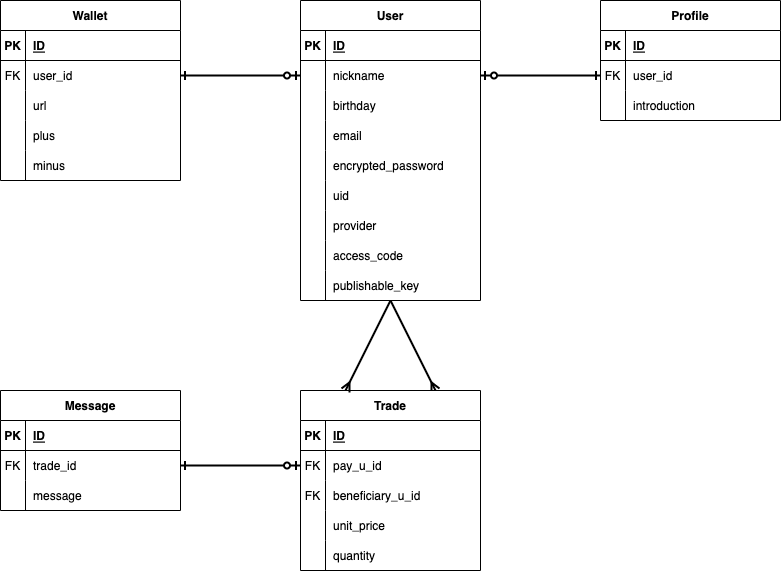
Before: .drawio.png, a diagram exported from draw.io (KayKawa/moji-wallet). Source tidied: cells renumbered, new cells last; positions are measured from the earlier drawing's top-left corner, leaving out a move shared by most shapes.
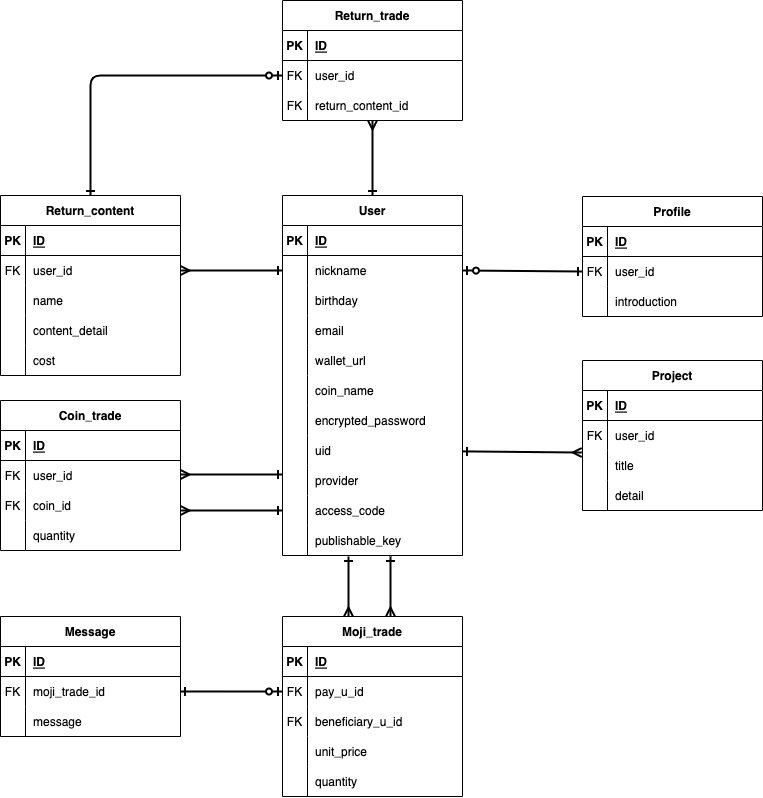
The same diagram one commit later.

Commit message:
DB設計の変更

Change to the diagram source:
```diff
@@ -7,9 +7,15 @@
     </mxCell>
-    <mxCell id="3" style="edgeStyle=none;html=1;entryX=0.75;entryY=0;entryDx=0;entryDy=0;startArrow=none;startFill=0;endArrow=ERmany;endFill=0;strokeWidth=2;" parent="1" edge="1" target="58">
-      <mxGeometry relative="1" as="geometry">
-        <mxPoint x="390" y="300" as="sourcePoint" />
-      </mxGeometry>
-    </mxCell>
+    <mxCell id="87" style="edgeStyle=none;html=1;entryX=0.5;entryY=0;entryDx=0;entryDy=0;endArrow=ERmany;endFill=0;startArrow=ERone;startFill=0;strokeWidth=2;" parent="1" edge="1">
+      <mxGeometry relative="1" as="geometry">
+        <mxPoint x="208" y="636" as="sourcePoint" />
+        <mxPoint x="208" y="696" as="targetPoint" />
+      </mxGeometry>
+    </mxCell>
+    <mxCell id="88" style="edgeStyle=none;html=1;startArrow=ERone;startFill=0;endArrow=ERmany;endFill=0;strokeWidth=2;" parent="1" edge="1" source="4">
+      <mxGeometry relative="1" as="geometry">
+        <mxPoint x="232" y="200" as="targetPoint" />
+      </mxGeometry>
+    </mxCell>
     <mxCell id="4" value="User" style="shape=table;startSize=30;rowLines=0;fontStyle=1;align=center;" parent="1" vertex="1">
-      <mxGeometry x="300" width="180" height="300" as="geometry" />
+      <mxGeometry x="142" y="275" width="180" height="360" as="geometry" />
     </mxCell>
@@ -51,4 +57,22 @@
     </mxCell>
+    <mxCell id="89" style="shape=partialRectangle;fillColor=none;top=0;left=0;bottom=0;right=0;" parent="4" vertex="1">
+      <mxGeometry y="150" width="180" height="30" as="geometry" />
+    </mxCell>
+    <mxCell id="90" style="shape=partialRectangle;fillColor=none;top=0;left=0;bottom=0;right=0;overflow=hidden;" parent="89" vertex="1">
+      <mxGeometry width="25" height="30" as="geometry" />
+    </mxCell>
+    <mxCell id="91" value="wallet_url" style="shape=partialRectangle;fillColor=none;top=0;left=0;bottom=0;right=0;align=left;spacingLeft=6;overflow=hidden;" parent="89" vertex="1">
+      <mxGeometry x="25" width="155" height="30" as="geometry" />
+    </mxCell>
+    <mxCell id="92" style="shape=partialRectangle;fillColor=none;top=0;left=0;bottom=0;right=0;" parent="4" vertex="1">
+      <mxGeometry y="180" width="180" height="30" as="geometry" />
+    </mxCell>
+    <mxCell id="93" style="shape=partialRectangle;fillColor=none;top=0;left=0;bottom=0;right=0;overflow=hidden;" parent="92" vertex="1">
+      <mxGeometry width="25" height="30" as="geometry" />
+    </mxCell>
+    <mxCell id="94" value="coin_name" style="shape=partialRectangle;fillColor=none;top=0;left=0;bottom=0;right=0;align=left;spacingLeft=6;overflow=hidden;" parent="92" vertex="1">
+      <mxGeometry x="25" width="155" height="30" as="geometry" />
+    </mxCell>
     <mxCell id="17" style="shape=partialRectangle;fillColor=none;top=0;left=0;bottom=0;right=0;" parent="4" vertex="1">
-      <mxGeometry y="150" width="180" height="30" as="geometry" />
+      <mxGeometry y="210" width="180" height="30" as="geometry" />
     </mxCell>
@@ -61,3 +85,3 @@
     <mxCell id="20" style="shape=partialRectangle;fillColor=none;top=0;left=0;bottom=0;right=0;points=[[0,0.5],[1,0.5]];portConstraint=eastwest;" parent="4" vertex="1">
-      <mxGeometry y="180" width="180" height="30" as="geometry" />
+      <mxGeometry y="240" width="180" height="30" as="geometry" />
     </mxCell>
@@ -70,3 +94,3 @@
     <mxCell id="23" style="shape=partialRectangle;fillColor=none;top=0;left=0;bottom=0;right=0;" parent="4" vertex="1">
-      <mxGeometry y="210" width="180" height="30" as="geometry" />
+      <mxGeometry y="270" width="180" height="30" as="geometry" />
     </mxCell>
@@ -79,3 +103,3 @@
     <mxCell id="26" style="shape=partialRectangle;fillColor=none;top=0;left=0;bottom=0;right=0;points=[[0,0.5],[1,0.5]];portConstraint=eastwest;" parent="4" vertex="1">
-      <mxGeometry y="240" width="180" height="30" as="geometry" />
+      <mxGeometry y="300" width="180" height="30" as="geometry" />
     </mxCell>
@@ -88,3 +112,3 @@
     <mxCell id="29" style="shape=partialRectangle;fillColor=none;top=0;left=0;bottom=0;right=0;" parent="4" vertex="1">
-      <mxGeometry y="270" width="180" height="30" as="geometry" />
+      <mxGeometry y="330" width="180" height="30" as="geometry" />
     </mxCell>
@@ -97,3 +121,3 @@
     <mxCell id="32" value="Profile" style="shape=table;startSize=30;rowLines=0;fontStyle=1;align=center;" parent="1" vertex="1">
-      <mxGeometry x="600" width="180" height="120" as="geometry" />
+      <mxGeometry x="442" y="276" width="180" height="120" as="geometry" />
     </mxCell>
@@ -126,4 +150,4 @@
     </mxCell>
-    <mxCell id="42" value="Wallet" style="shape=table;startSize=30;rowLines=0;fontStyle=1;align=center;" parent="1" vertex="1">
-      <mxGeometry width="180" height="180" as="geometry" />
+    <mxCell id="42" value="Return_content" style="shape=table;startSize=30;rowLines=0;fontStyle=1;align=center;" parent="1" vertex="1">
+      <mxGeometry x="-140" y="275" width="180" height="180" as="geometry" />
     </mxCell>
@@ -138,31 +162,22 @@
     </mxCell>
-    <mxCell id="46" style="shape=partialRectangle;fillColor=none;top=0;left=0;bottom=0;right=0;points=[[0,0.5],[1,0.5]];portConstraint=eastwest;" parent="42" vertex="1">
-      <mxGeometry y="60" width="180" height="30" as="geometry" />
-    </mxCell>
-    <mxCell id="47" value="FK" style="shape=partialRectangle;fillColor=none;top=0;left=0;bottom=0;right=0;overflow=hidden;" parent="46" vertex="1">
-      <mxGeometry width="25" height="30" as="geometry" />
-    </mxCell>
-    <mxCell id="48" value="user_id" style="shape=partialRectangle;fillColor=none;top=0;left=0;bottom=0;right=0;align=left;spacingLeft=6;overflow=hidden;" parent="46" vertex="1">
-      <mxGeometry x="25" width="155" height="30" as="geometry" />
-    </mxCell>
-    <mxCell id="49" style="shape=partialRectangle;fillColor=none;top=0;left=0;bottom=0;right=0;" parent="42" vertex="1">
-      <mxGeometry y="90" width="180" height="30" as="geometry" />
-    </mxCell>
-    <mxCell id="50" style="shape=partialRectangle;fillColor=none;top=0;left=0;bottom=0;right=0;overflow=hidden;" parent="49" vertex="1">
-      <mxGeometry width="25" height="30" as="geometry" />
-    </mxCell>
-    <mxCell id="51" value="url" style="shape=partialRectangle;fillColor=none;top=0;left=0;bottom=0;right=0;align=left;spacingLeft=6;overflow=hidden;" parent="49" vertex="1">
-      <mxGeometry x="25" width="155" height="30" as="geometry" />
-    </mxCell>
     <mxCell id="52" style="shape=partialRectangle;fillColor=none;top=0;left=0;bottom=0;right=0;points=[[0,0.5],[1,0.5]];portConstraint=eastwest;" parent="42" vertex="1">
-      <mxGeometry y="120" width="180" height="30" as="geometry" />
+      <mxGeometry y="60" width="180" height="30" as="geometry" />
     </mxCell>
-    <mxCell id="53" style="shape=partialRectangle;fillColor=none;top=0;left=0;bottom=0;right=0;overflow=hidden;" parent="52" vertex="1">
+    <mxCell id="53" value="FK" style="shape=partialRectangle;fillColor=none;top=0;left=0;bottom=0;right=0;overflow=hidden;" parent="52" vertex="1">
       <mxGeometry width="25" height="30" as="geometry" />
     </mxCell>
-    <mxCell id="54" value="plus" style="shape=partialRectangle;fillColor=none;top=0;left=0;bottom=0;right=0;align=left;spacingLeft=6;overflow=hidden;" parent="52" vertex="1">
+    <mxCell id="54" value="user_id" style="shape=partialRectangle;fillColor=none;top=0;left=0;bottom=0;right=0;align=left;spacingLeft=6;overflow=hidden;" parent="52" vertex="1">
       <mxGeometry x="25" width="155" height="30" as="geometry" />
     </mxCell>
+    <mxCell id="95" style="shape=partialRectangle;fillColor=none;top=0;left=0;bottom=0;right=0;" parent="42" vertex="1">
+      <mxGeometry y="90" width="180" height="30" as="geometry" />
+    </mxCell>
+    <mxCell id="96" style="shape=partialRectangle;fillColor=none;top=0;left=0;bottom=0;right=0;overflow=hidden;" parent="95" vertex="1">
+      <mxGeometry width="25" height="30" as="geometry" />
+    </mxCell>
+    <mxCell id="97" value="name" style="shape=partialRectangle;fillColor=none;top=0;left=0;bottom=0;right=0;align=left;spacingLeft=6;overflow=hidden;" parent="95" vertex="1">
+      <mxGeometry x="25" width="155" height="30" as="geometry" />
+    </mxCell>
     <mxCell id="55" style="shape=partialRectangle;fillColor=none;top=0;left=0;bottom=0;right=0;" parent="42" vertex="1">
-      <mxGeometry y="150" width="180" height="30" as="geometry" />
+      <mxGeometry y="120" width="180" height="30" as="geometry" />
     </mxCell>
@@ -171,7 +186,16 @@
     </mxCell>
-    <mxCell id="57" value="minus" style="shape=partialRectangle;fillColor=none;top=0;left=0;bottom=0;right=0;align=left;spacingLeft=6;overflow=hidden;" parent="55" vertex="1">
+    <mxCell id="57" value="content_detail" style="shape=partialRectangle;fillColor=none;top=0;left=0;bottom=0;right=0;align=left;spacingLeft=6;overflow=hidden;" parent="55" vertex="1">
       <mxGeometry x="25" width="155" height="30" as="geometry" />
     </mxCell>
+    <mxCell id="98" style="shape=partialRectangle;fillColor=none;top=0;left=0;bottom=0;right=0;" parent="42" vertex="1">
+      <mxGeometry y="150" width="180" height="30" as="geometry" />
+    </mxCell>
+    <mxCell id="99" style="shape=partialRectangle;fillColor=none;top=0;left=0;bottom=0;right=0;overflow=hidden;" parent="98" vertex="1">
+      <mxGeometry width="25" height="30" as="geometry" />
+    </mxCell>
+    <mxCell id="100" value="cost" style="shape=partialRectangle;fillColor=none;top=0;left=0;bottom=0;right=0;align=left;spacingLeft=6;overflow=hidden;" parent="98" vertex="1">
+      <mxGeometry x="25" width="155" height="30" as="geometry" />
+    </mxCell>
-    <mxCell id="58" value="Trade" style="shape=table;startSize=30;rowLines=0;fontStyle=1;align=center;" parent="1" vertex="1">
-      <mxGeometry x="300" y="390" width="180" height="180" as="geometry" />
+    <mxCell id="58" value="Moji_trade" style="shape=table;startSize=30;rowLines=0;fontStyle=1;align=center;" parent="1" vertex="1">
+      <mxGeometry x="142" y="696" width="180" height="180" as="geometry" />
     </mxCell>
@@ -223,3 +247,3 @@
     <mxCell id="74" value="Message" style="shape=table;startSize=30;rowLines=0;fontStyle=1;align=center;" parent="1" vertex="1">
-      <mxGeometry y="390" width="180" height="120" as="geometry" />
+      <mxGeometry x="-140" y="696" width="180" height="120" as="geometry" />
     </mxCell>
@@ -240,3 +264,3 @@
     </mxCell>
-    <mxCell id="80" value="trade_id" style="shape=partialRectangle;fillColor=none;top=0;left=0;bottom=0;right=0;align=left;spacingLeft=6;overflow=hidden;" parent="78" vertex="1">
+    <mxCell id="80" value="moji_trade_id" style="shape=partialRectangle;fillColor=none;top=0;left=0;bottom=0;right=0;align=left;spacingLeft=6;overflow=hidden;" parent="78" vertex="1">
       <mxGeometry x="25" width="155" height="30" as="geometry" />
@@ -252,5 +276,2 @@
     </mxCell>
-    <mxCell id="84" style="edgeStyle=none;html=1;exitX=0;exitY=0.5;exitDx=0;exitDy=0;entryX=1;entryY=0.5;entryDx=0;entryDy=0;startArrow=ERzeroToOne;startFill=0;endArrow=ERone;endFill=0;strokeWidth=2;" parent="1" edge="1" source="8" target="46">
-      <mxGeometry relative="1" as="geometry" />
-    </mxCell>
     <mxCell id="85" style="edgeStyle=none;html=1;entryX=1;entryY=0.5;entryDx=0;entryDy=0;startArrow=ERzeroToOne;startFill=0;endArrow=ERone;endFill=0;strokeWidth=2;" parent="1" edge="1" source="62" target="78">
@@ -258,5 +279,140 @@
     </mxCell>
-    <mxCell id="86" style="edgeStyle=none;html=1;entryX=0.25;entryY=0;entryDx=0;entryDy=0;startArrow=none;startFill=0;endArrow=ERmany;endFill=0;strokeWidth=2;exitX=0.5;exitY=1;exitDx=0;exitDy=0;" parent="1" edge="1" source="4" target="58">
-      <mxGeometry relative="1" as="geometry" />
-    </mxCell>
+    <mxCell id="101" style="edgeStyle=none;html=1;entryX=0.5;entryY=0;entryDx=0;entryDy=0;endArrow=ERmany;endFill=0;startArrow=ERone;startFill=0;strokeWidth=2;" parent="1" edge="1">
+      <mxGeometry relative="1" as="geometry">
+        <mxPoint x="250" y="636" as="sourcePoint" />
+        <mxPoint x="250" y="696" as="targetPoint" />
+      </mxGeometry>
+    </mxCell>
+    <mxCell id="102" value="Return_trade" style="shape=table;startSize=30;rowLines=0;fontStyle=1;align=center;" parent="1" vertex="1">
+      <mxGeometry x="142" y="80" width="180" height="120" as="geometry" />
+    </mxCell>
+    <mxCell id="103" style="shape=partialRectangle;fillColor=none;top=0;left=0;bottom=1;right=0;" parent="102" vertex="1">
+      <mxGeometry y="30" width="180" height="30" as="geometry" />
+    </mxCell>
+    <mxCell id="104" value="PK" style="shape=partialRectangle;fillColor=none;top=0;left=0;bottom=0;right=0;fontStyle=1;overflow=hidden;" parent="103" vertex="1">
+      <mxGeometry width="25" height="30" as="geometry" />
+    </mxCell>
+    <mxCell id="105" value="ID" style="shape=partialRectangle;fillColor=none;top=0;left=0;bottom=0;right=0;align=left;spacingLeft=6;fontStyle=5;overflow=hidden;" parent="103" vertex="1">
+      <mxGeometry x="25" width="155" height="30" as="geometry" />
+    </mxCell>
+    <mxCell id="106" style="shape=partialRectangle;fillColor=none;top=0;left=0;bottom=0;right=0;points=[[0,0.5],[1,0.5]];portConstraint=eastwest;" parent="102" vertex="1">
+      <mxGeometry y="60" width="180" height="30" as="geometry" />
+    </mxCell>
+    <mxCell id="107" value="FK" style="shape=partialRectangle;fillColor=none;top=0;left=0;bottom=0;right=0;overflow=hidden;" parent="106" vertex="1">
+      <mxGeometry width="25" height="30" as="geometry" />
+    </mxCell>
+    <mxCell id="108" value="user_id" style="shape=partialRectangle;fillColor=none;top=0;left=0;bottom=0;right=0;align=left;spacingLeft=6;overflow=hidden;" parent="106" vertex="1">
+      <mxGeometry x="25" width="155" height="30" as="geometry" />
+    </mxCell>
+    <mxCell id="109" style="shape=partialRectangle;fillColor=none;top=0;left=0;bottom=0;right=0;" parent="102" vertex="1">
+      <mxGeometry y="90" width="180" height="30" as="geometry" />
+    </mxCell>
+    <mxCell id="110" value="FK" style="shape=partialRectangle;fillColor=none;top=0;left=0;bottom=0;right=0;overflow=hidden;" parent="109" vertex="1">
+      <mxGeometry width="25" height="30" as="geometry" />
+    </mxCell>
+    <mxCell id="111" value="return_content_id" style="shape=partialRectangle;fillColor=none;top=0;left=0;bottom=0;right=0;align=left;spacingLeft=6;overflow=hidden;" parent="109" vertex="1">
+      <mxGeometry x="25" width="155" height="30" as="geometry" />
+    </mxCell>
+    <mxCell id="112" value="Project" style="shape=table;startSize=30;rowLines=0;fontStyle=1;align=center;" parent="1" vertex="1">
+      <mxGeometry x="442" y="440" width="180" height="150" as="geometry" />
+    </mxCell>
+    <mxCell id="113" style="shape=partialRectangle;fillColor=none;top=0;left=0;bottom=1;right=0;" parent="112" vertex="1">
+      <mxGeometry y="30" width="180" height="30" as="geometry" />
+    </mxCell>
+    <mxCell id="114" value="PK" style="shape=partialRectangle;fillColor=none;top=0;left=0;bottom=0;right=0;fontStyle=1;overflow=hidden;" parent="113" vertex="1">
+      <mxGeometry width="25" height="30" as="geometry" />
+    </mxCell>
+    <mxCell id="115" value="ID" style="shape=partialRectangle;fillColor=none;top=0;left=0;bottom=0;right=0;align=left;spacingLeft=6;fontStyle=5;overflow=hidden;" parent="113" vertex="1">
+      <mxGeometry x="25" width="155" height="30" as="geometry" />
+    </mxCell>
+    <mxCell id="116" style="shape=partialRectangle;fillColor=none;top=0;left=0;bottom=0;right=0;" parent="112" vertex="1">
+      <mxGeometry y="60" width="180" height="30" as="geometry" />
+    </mxCell>
+    <mxCell id="117" value="FK" style="shape=partialRectangle;fillColor=none;top=0;left=0;bottom=0;right=0;overflow=hidden;" parent="116" vertex="1">
+      <mxGeometry width="25" height="30" as="geometry" />
+    </mxCell>
+    <mxCell id="118" value="user_id" style="shape=partialRectangle;fillColor=none;top=0;left=0;bottom=0;right=0;align=left;spacingLeft=6;overflow=hidden;" parent="116" vertex="1">
+      <mxGeometry x="25" width="155" height="30" as="geometry" />
+    </mxCell>
+    <mxCell id="119" style="shape=partialRectangle;fillColor=none;top=0;left=0;bottom=0;right=0;points=[[0,0.5],[1,0.5]];portConstraint=eastwest;" parent="112" vertex="1">
+      <mxGeometry y="90" width="180" height="30" as="geometry" />
+    </mxCell>
+    <mxCell id="120" style="shape=partialRectangle;fillColor=none;top=0;left=0;bottom=0;right=0;overflow=hidden;" parent="119" vertex="1">
+      <mxGeometry width="25" height="30" as="geometry" />
+    </mxCell>
+    <mxCell id="121" value="title" style="shape=partialRectangle;fillColor=none;top=0;left=0;bottom=0;right=0;align=left;spacingLeft=6;overflow=hidden;" parent="119" vertex="1">
+      <mxGeometry x="25" width="155" height="30" as="geometry" />
+    </mxCell>
+    <mxCell id="122" style="shape=partialRectangle;fillColor=none;top=0;left=0;bottom=0;right=0;" parent="112" vertex="1">
+      <mxGeometry y="120" width="180" height="30" as="geometry" />
+    </mxCell>
+    <mxCell id="123" style="shape=partialRectangle;fillColor=none;top=0;left=0;bottom=0;right=0;overflow=hidden;" parent="122" vertex="1">
+      <mxGeometry width="25" height="30" as="geometry" />
+    </mxCell>
+    <mxCell id="124" value="detail" style="shape=partialRectangle;fillColor=none;top=0;left=0;bottom=0;right=0;align=left;spacingLeft=6;overflow=hidden;" parent="122" vertex="1">
+      <mxGeometry x="25" width="155" height="30" as="geometry" />
+    </mxCell>
+    <mxCell id="125" style="edgeStyle=none;html=1;entryX=-0.004;entryY=0.068;entryDx=0;entryDy=0;entryPerimeter=0;startArrow=ERone;startFill=0;endArrow=ERmany;endFill=0;strokeWidth=2;" parent="1" edge="1" source="20" target="119">
+      <mxGeometry relative="1" as="geometry" />
+    </mxCell>
+    <mxCell id="126" value="Coin_trade" style="shape=table;startSize=30;rowLines=0;fontStyle=1;align=center;" parent="1" vertex="1">
+      <mxGeometry x="-140" y="480" width="180" height="150" as="geometry" />
+    </mxCell>
+    <mxCell id="127" style="shape=partialRectangle;fillColor=none;top=0;left=0;bottom=1;right=0;" parent="126" vertex="1">
+      <mxGeometry y="30" width="180" height="30" as="geometry" />
+    </mxCell>
+    <mxCell id="128" value="PK" style="shape=partialRectangle;fillColor=none;top=0;left=0;bottom=0;right=0;fontStyle=1;overflow=hidden;" parent="127" vertex="1">
+      <mxGeometry width="25" height="30" as="geometry" />
+    </mxCell>
+    <mxCell id="129" value="ID" style="shape=partialRectangle;fillColor=none;top=0;left=0;bottom=0;right=0;align=left;spacingLeft=6;fontStyle=5;overflow=hidden;" parent="127" vertex="1">
+      <mxGeometry x="25" width="155" height="30" as="geometry" />
+    </mxCell>
+    <mxCell id="130" style="shape=partialRectangle;fillColor=none;top=0;left=0;bottom=0;right=0;" parent="126" vertex="1">
+      <mxGeometry y="60" width="180" height="30" as="geometry" />
+    </mxCell>
+    <mxCell id="131" value="FK" style="shape=partialRectangle;fillColor=none;top=0;left=0;bottom=0;right=0;overflow=hidden;" parent="130" vertex="1">
+      <mxGeometry width="25" height="30" as="geometry" />
+    </mxCell>
+    <mxCell id="132" value="user_id" style="shape=partialRectangle;fillColor=none;top=0;left=0;bottom=0;right=0;align=left;spacingLeft=6;overflow=hidden;" parent="130" vertex="1">
+      <mxGeometry x="25" width="155" height="30" as="geometry" />
+    </mxCell>
+    <mxCell id="133" style="shape=partialRectangle;fillColor=none;top=0;left=0;bottom=0;right=0;" parent="126" vertex="1">
+      <mxGeometry y="90" width="180" height="30" as="geometry" />
+    </mxCell>
+    <mxCell id="134" value="FK" style="shape=partialRectangle;fillColor=none;top=0;left=0;bottom=0;right=0;overflow=hidden;" parent="133" vertex="1">
+      <mxGeometry width="25" height="30" as="geometry" />
+    </mxCell>
+    <mxCell id="135" value="coin_id" style="shape=partialRectangle;fillColor=none;top=0;left=0;bottom=0;right=0;align=left;spacingLeft=6;overflow=hidden;" parent="133" vertex="1">
+      <mxGeometry x="25" width="155" height="30" as="geometry" />
+    </mxCell>
+    <mxCell id="136" style="shape=partialRectangle;fillColor=none;top=0;left=0;bottom=0;right=0;" parent="126" vertex="1">
+      <mxGeometry y="120" width="180" height="30" as="geometry" />
+    </mxCell>
+    <mxCell id="137" style="shape=partialRectangle;fillColor=none;top=0;left=0;bottom=0;right=0;overflow=hidden;" parent="136" vertex="1">
+      <mxGeometry width="25" height="30" as="geometry" />
+    </mxCell>
+    <mxCell id="138" value="quantity" style="shape=partialRectangle;fillColor=none;top=0;left=0;bottom=0;right=0;align=left;spacingLeft=6;overflow=hidden;" parent="136" vertex="1">
+      <mxGeometry x="25" width="155" height="30" as="geometry" />
+    </mxCell>
+    <mxCell id="139" style="edgeStyle=none;html=1;startArrow=ERone;startFill=0;endArrow=ERmany;endFill=0;strokeWidth=2;" parent="1" edge="1">
+      <mxGeometry relative="1" as="geometry">
+        <mxPoint x="142" y="554" as="sourcePoint" />
+        <mxPoint x="40" y="554" as="targetPoint" />
+      </mxGeometry>
+    </mxCell>
+    <mxCell id="140" style="edgeStyle=none;html=1;startArrow=ERone;startFill=0;endArrow=ERmany;endFill=0;strokeWidth=2;" parent="1" edge="1" source="26">
+      <mxGeometry relative="1" as="geometry">
+        <mxPoint x="40" y="590" as="targetPoint" />
+      </mxGeometry>
+    </mxCell>
+    <mxCell id="141" style="edgeStyle=none;html=1;entryX=1;entryY=0.5;entryDx=0;entryDy=0;startArrow=ERone;startFill=0;endArrow=ERmany;endFill=0;strokeWidth=2;" parent="1" edge="1" source="8" target="52">
+      <mxGeometry relative="1" as="geometry" />
+    </mxCell>
+    <mxCell id="142" style="edgeStyle=none;html=1;entryX=0.5;entryY=0;entryDx=0;entryDy=0;startArrow=ERzeroToOne;startFill=0;endArrow=ERone;endFill=0;strokeWidth=2;" parent="1" edge="1" source="106" target="42">
+      <mxGeometry relative="1" as="geometry">
+        <Array as="points">
+          <mxPoint x="-50" y="155" />
+        </Array>
+      </mxGeometry>
+    </mxCell>
   </root>
```
